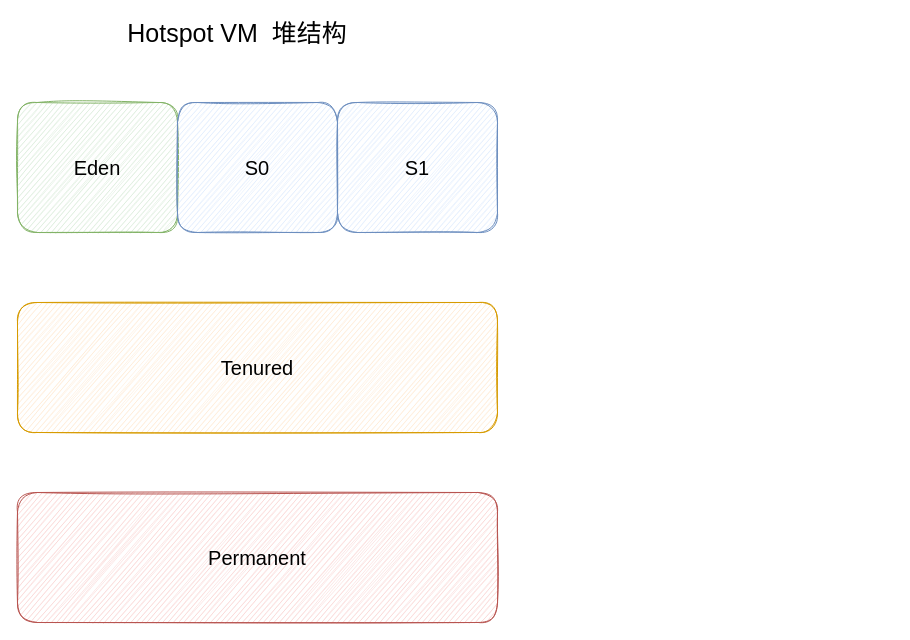
Above: docs/java/jvm/pictures/java内存区域/hotspot-heap-structure.drawio in Snailclimb/JavaGuide (draw.io), before the change. Source tidied: cells renumbered, new cells numbered last; positions are measured from the earlier drawing's top-left corner, leaving out a move shared by most shapes. Both pictures are drawn from the tidied source at 100%, with x=0, y=0 at pixel (17, 22).
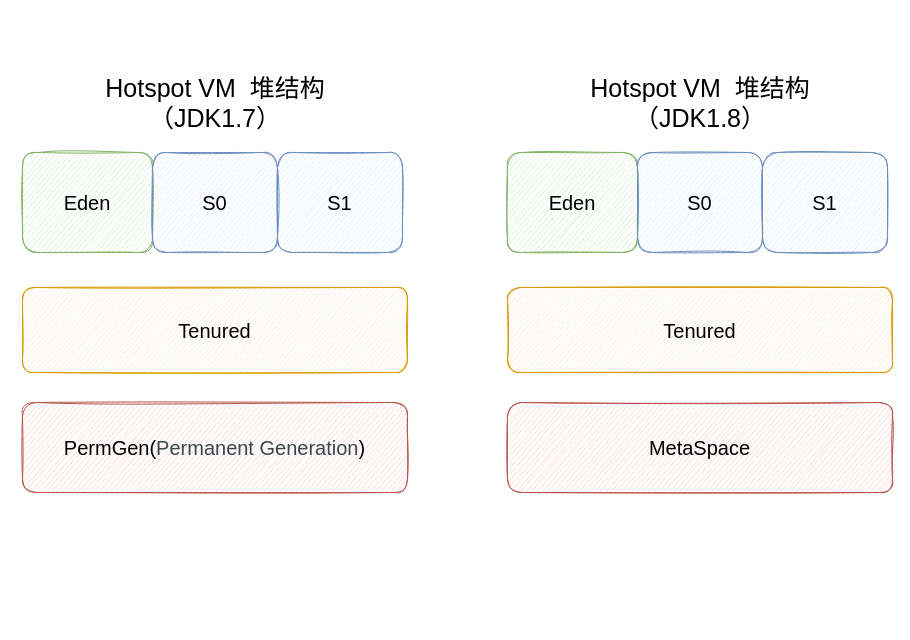
The same page after the edit.

The edit, as a diff of the source:
```diff
@@
 <mxGraphModel>
   <root>
     <mxCell id="0" />
     <mxCell id="1" parent="0" />
     <mxCell id="2" value="Eden" style="rounded=1;whiteSpace=wrap;html=1;fillColor=#d5e8d4;strokeColor=#82b366;sketch=1;fontSize=20;" parent="1" vertex="1">
-      <mxGeometry y="80" width="160" height="130" as="geometry" />
+      <mxGeometry x="5" y="130" width="130" height="100" as="geometry" />
     </mxCell>
     <mxCell id="3" value="S0" style="rounded=1;whiteSpace=wrap;html=1;fillColor=#dae8fc;strokeColor=#6c8ebf;sketch=1;fontSize=20;" parent="1" vertex="1">
-      <mxGeometry x="160" y="80" width="160" height="130" as="geometry" />
+      <mxGeometry x="135" y="130" width="125" height="100" as="geometry" />
     </mxCell>
-    <mxCell id="4" value="S1" style="rounded=1;whiteSpace=wrap;html=1;fillColor=#dae8fc;strokeColor=#6c8ebf;sketch=1;fontSize=20;" parent="1" vertex="1">
-      <mxGeometry x="320" y="80" width="160" height="130" as="geometry" />
-    </mxCell>
     <mxCell id="5" value="Tenured" style="rounded=1;whiteSpace=wrap;html=1;fillColor=#ffe6cc;strokeColor=#d79b00;sketch=1;fontSize=20;" parent="1" vertex="1">
-      <mxGeometry y="280" width="480" height="130" as="geometry" />
+      <mxGeometry x="5" y="265" width="385" height="85" as="geometry" />
     </mxCell>
-    <mxCell id="6" value="Permanent" style="rounded=1;whiteSpace=wrap;html=1;fillColor=#f8cecc;strokeColor=#b85450;sketch=1;fontSize=20;" parent="1" vertex="1">
-      <mxGeometry y="470" width="480" height="130" as="geometry" />
+    <mxCell id="6" value="&lt;p&gt;PermGen(&lt;span style=&quot;color: rgb(59 , 69 , 78) ; text-align: left&quot;&gt;P&lt;/span&gt;&lt;span style=&quot;color: rgb(59 , 69 , 78) ; text-align: left&quot;&gt;ermanent &lt;/span&gt;&lt;span style=&quot;color: rgb(59 , 69 , 78) ; text-align: left&quot;&gt;Generation&lt;/span&gt;)&lt;/p&gt;" style="rounded=1;whiteSpace=wrap;html=1;fillColor=#f8cecc;strokeColor=#b85450;sketch=1;fontSize=20;" parent="1" vertex="1">
+      <mxGeometry x="5" y="380" width="385" height="90" as="geometry" />
     </mxCell>
-    <mxCell id="7" value="Hotspot VM&amp;nbsp; 堆结构" style="text;html=1;strokeColor=none;fillColor=none;align=center;verticalAlign=middle;whiteSpace=wrap;rounded=0;fontSize=25;" parent="1" vertex="1">
-      <mxGeometry x="80" width="280" height="20" as="geometry" />
+    <mxCell id="7" value="Hotspot VM&amp;nbsp; 堆结构（JDK1.7）" style="text;html=1;strokeColor=none;fillColor=none;align=center;verticalAlign=middle;whiteSpace=wrap;rounded=0;fontSize=25;" parent="1" vertex="1">
+      <mxGeometry x="57.5" y="70" width="280" height="20" as="geometry" />
     </mxCell>
+    <mxCell id="8" value="S1" style="rounded=1;whiteSpace=wrap;html=1;fillColor=#dae8fc;strokeColor=#6c8ebf;sketch=1;fontSize=20;" parent="1" vertex="1">
+      <mxGeometry x="260" y="130" width="125" height="100" as="geometry" />
+    </mxCell>
+    <mxCell id="9" value="Eden" style="rounded=1;whiteSpace=wrap;html=1;fillColor=#d5e8d4;strokeColor=#82b366;sketch=1;fontSize=20;" parent="1" vertex="1">
+      <mxGeometry x="490" y="130" width="130" height="100" as="geometry" />
+    </mxCell>
+    <mxCell id="10" value="S0" style="rounded=1;whiteSpace=wrap;html=1;fillColor=#dae8fc;strokeColor=#6c8ebf;sketch=1;fontSize=20;" parent="1" vertex="1">
+      <mxGeometry x="620" y="130" width="125" height="100" as="geometry" />
+    </mxCell>
+    <mxCell id="11" value="Tenured" style="rounded=1;whiteSpace=wrap;html=1;fillColor=#ffe6cc;strokeColor=#d79b00;sketch=1;fontSize=20;" parent="1" vertex="1">
+      <mxGeometry x="490" y="265" width="385" height="85" as="geometry" />
+    </mxCell>
+    <mxCell id="12" value="MetaSpace" style="rounded=1;whiteSpace=wrap;html=1;fillColor=#f8cecc;strokeColor=#b85450;sketch=1;fontSize=20;" parent="1" vertex="1">
+      <mxGeometry x="490" y="380" width="385" height="90" as="geometry" />
+    </mxCell>
+    <mxCell id="13" value="Hotspot VM&amp;nbsp; 堆结构（JDK1.8）" style="text;html=1;strokeColor=none;fillColor=none;align=center;verticalAlign=middle;whiteSpace=wrap;rounded=0;fontSize=25;" parent="1" vertex="1">
+      <mxGeometry x="542.5" y="70" width="280" height="20" as="geometry" />
+    </mxCell>
+    <mxCell id="14" value="S1" style="rounded=1;whiteSpace=wrap;html=1;fillColor=#dae8fc;strokeColor=#6c8ebf;sketch=1;fontSize=20;" parent="1" vertex="1">
+      <mxGeometry x="745" y="130" width="125" height="100" as="geometry" />
+    </mxCell>
   </root>
 </mxGraphModel>
```
